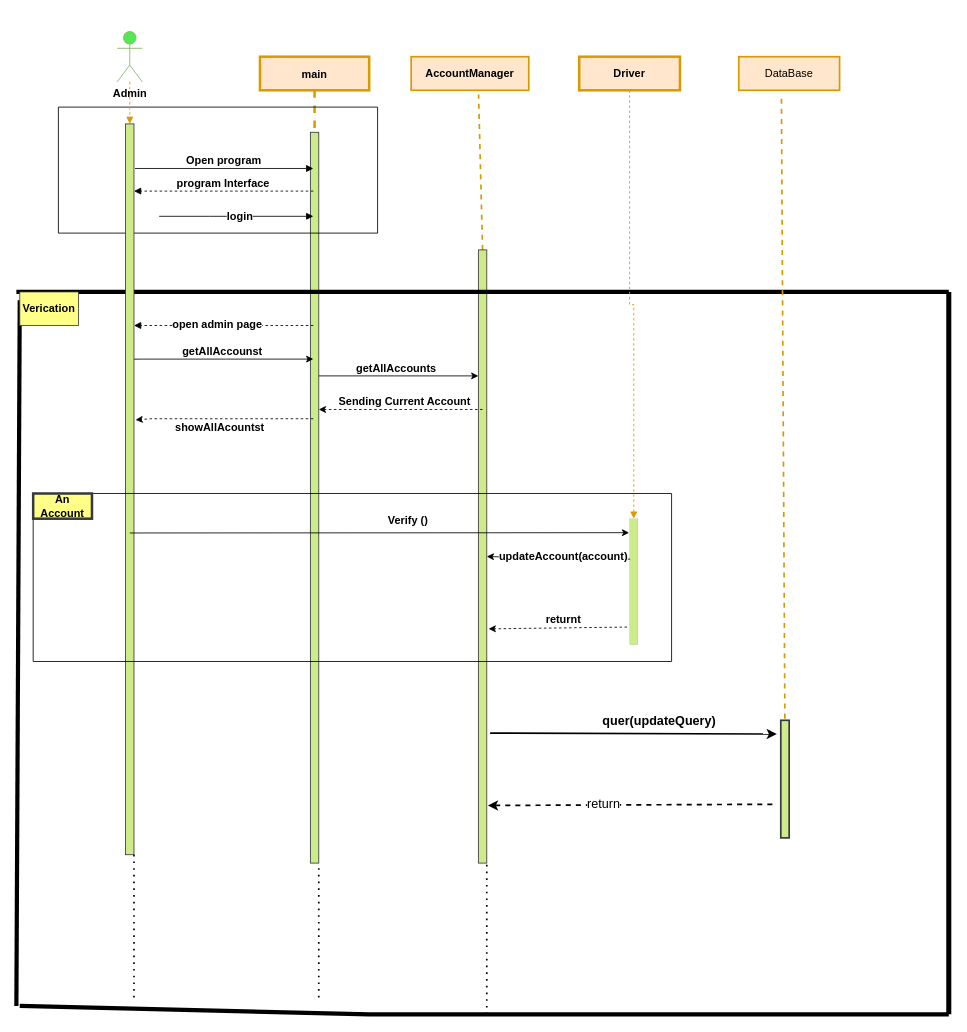
Earlier version of the draw.io diagram diagrams/verification.drawio (KareemMAX/CarApp). Source tidied: cells renumbered, new cells numbered last; positions are measured from the earlier drawing's top-left corner, leaving out a move shared by most shapes. Both pictures are drawn from the tidied source at 84%, with x=0, y=0 at pixel (16, 14).
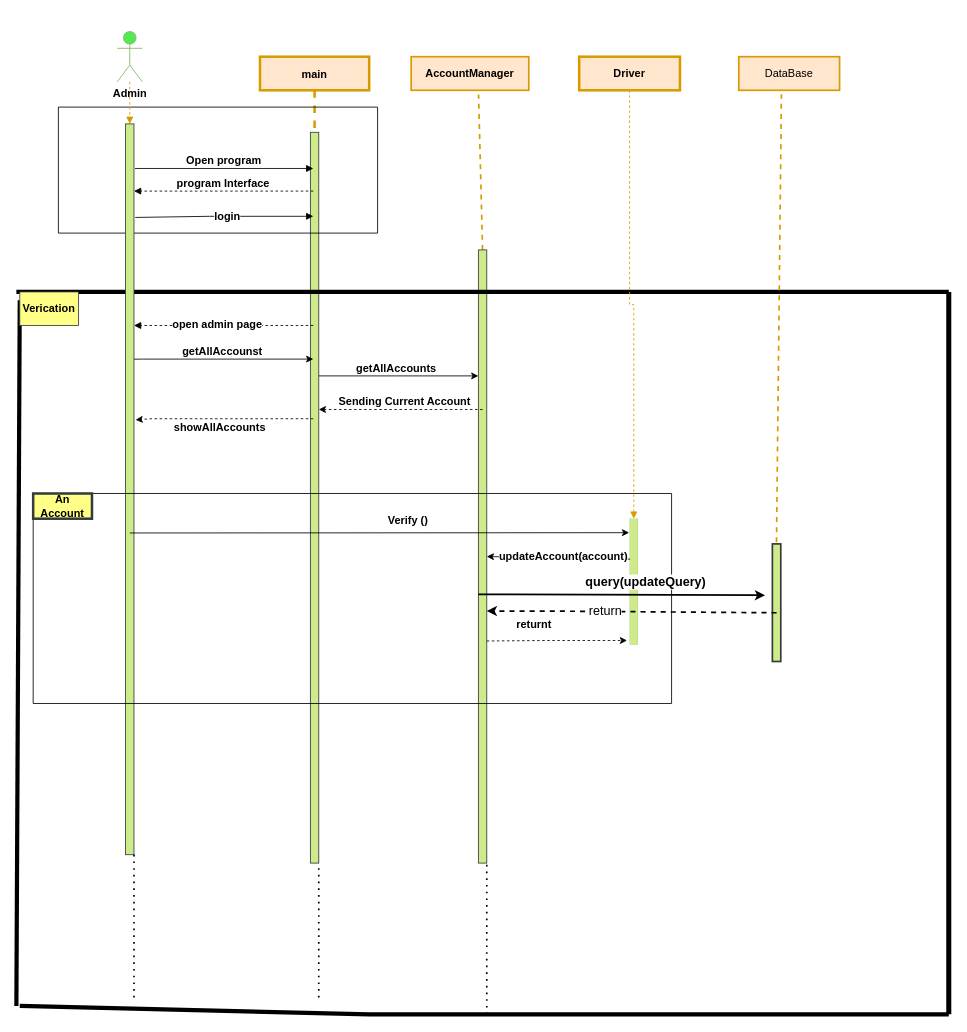
After the change.

Commit message (it also covers changes not shown here):
add sequence diagrams

Unchanged cells that the change refers to:
```xml
<mxCell id="3" value="main" style="shape=umlLifeline;perimeter=lifelinePerimeter;rounded=0;shadow=0;strokeWidth=3;fillColor=#ffe6cc;strokeColor=#d79b00;fontStyle=1;spacing=3;fontSize=13;" parent="1" vertex="1">
  <mxGeometry x="290" y="50" width="130" height="960" as="geometry" />
</mxCell>
<mxCell id="16" style="rounded=0;whiteSpace=wrap;html=1;strokeColor=#36393d;fillColor=#cdeb8b;fontSize=13;fontStyle=1;" parent="1" vertex="1">
  <mxGeometry x="550" y="280" width="10" height="730" as="geometry" />
</mxCell>
<mxCell id="29" style="endArrow=classic;html=1;rounded=0;dashed=1;entryX=1.19;entryY=0.405;entryDx=0;entryDy=0;entryPerimeter=0;fontSize=13;fontStyle=1;" parent="1" edge="1" source="3" target="31">
  <mxGeometry relative="1" as="geometry">
    <Array as="points">
      <mxPoint x="160" y="481" />
    </Array>
  </mxGeometry>
</mxCell>
<mxCell id="31" style="points=[];perimeter=orthogonalPerimeter;rounded=0;shadow=0;strokeWidth=1;fillColor=#cdeb8b;strokeColor=#36393d;fontSize=13;fontStyle=1;" parent="1" vertex="1">
  <mxGeometry x="130" y="130" width="10" height="870" as="geometry" />
</mxCell>
<mxCell id="43" style="whiteSpace=wrap;html=1;rounded=0;strokeColor=#36393d;strokeWidth=0;fillColor=#cdeb8b;fontSize=13;fontStyle=1;" parent="1" vertex="1">
  <mxGeometry x="730" y="600" width="10" height="150" as="geometry" />
</mxCell>
```

Change to the diagram source:
```diff
@@
-    <mxCell id="13" style="endArrow=block;html=1;rounded=0;endFill=1;fontSize=13;fontStyle=1;" parent="1" edge="1" target="3">
+    <mxCell id="13" style="endArrow=block;html=1;rounded=0;endFill=1;fontSize=13;fontStyle=1;exitX=1.153;exitY=0.128;exitDx=0;exitDy=0;exitPerimeter=0;" parent="1" edge="1" source="31" target="3">
       <mxGeometry relative="1" as="geometry">
-        <mxPoint x="170" y="240" as="sourcePoint" />
         <Array as="points">
           <mxPoint x="230" y="240" />
         </Array>
       </mxGeometry>
     </mxCell>
@@
-    <mxCell id="30" value="showAllAcountst" style="edgeLabel;html=1;align=center;verticalAlign=middle;fontSize=13;fontStyle=1;" parent="29" vertex="1">
+    <mxCell id="30" value="showAllAccounts" style="edgeLabel;html=1;align=center;verticalAlign=middle;fontSize=13;fontStyle=1;" parent="29" vertex="1">
       <mxGeometry x="0.07" y="1" relative="1" as="geometry">
         <mxPoint x="1" y="8" as="offset" />
       </mxGeometry>
     </mxCell>
@@
     <mxCell id="37" style="endArrow=none;html=1;rounded=0;fontSize=13;fontStyle=1;" parent="1" edge="1">
       <mxGeometry relative="1" as="geometry">
-        <mxPoint x="20" y="770" as="sourcePoint" />
+        <mxPoint x="20" y="820" as="sourcePoint" />
         <mxPoint x="20" y="570" as="targetPoint" />
       </mxGeometry>
     </mxCell>
     <mxCell id="38" style="endArrow=none;html=1;rounded=0;fontSize=13;fontStyle=1;" parent="1" edge="1">
       <mxGeometry relative="1" as="geometry">
-        <mxPoint x="780" y="770" as="sourcePoint" />
+        <mxPoint x="780" y="820" as="sourcePoint" />
         <mxPoint x="780" y="570" as="targetPoint" />
       </mxGeometry>
     </mxCell>
     <mxCell id="39" style="endArrow=none;html=1;rounded=0;fontSize=13;fontStyle=1;" parent="1" edge="1">
       <mxGeometry relative="1" as="geometry">
-        <mxPoint x="20" y="770" as="sourcePoint" />
-        <mxPoint x="780" y="770" as="targetPoint" />
+        <mxPoint x="20" y="820" as="sourcePoint" />
+        <mxPoint x="780" y="820" as="targetPoint" />
       </mxGeometry>
     </mxCell>
@@
-    <mxCell id="47" style="endArrow=classic;html=1;rounded=0;exitX=-0.3;exitY=0.86;exitDx=0;exitDy=0;exitPerimeter=0;entryX=1.218;entryY=0.618;entryDx=0;entryDy=0;entryPerimeter=0;dashed=1;fontSize=13;fontStyle=1;" parent="1" edge="1" source="43" target="16">
-      <mxGeometry relative="1" as="geometry" />
+    <mxCell id="47" style="endArrow=classic;html=1;rounded=0;dashed=1;fontSize=13;fontStyle=1;exitX=1.003;exitY=0.631;exitDx=0;exitDy=0;exitPerimeter=0;" parent="1" edge="1">
+      <mxGeometry relative="1" as="geometry">
+        <mxPoint x="560" y="745.6" as="sourcePoint" />
+        <mxPoint x="727" y="745" as="targetPoint" />
+        <Array as="points">
+          <mxPoint x="630" y="745" />
+        </Array>
+      </mxGeometry>
     </mxCell>
@@
     <mxCell id="54" style="rounded=0;whiteSpace=wrap;html=1;fontSize=13;strokeColor=#36393d;strokeWidth=2;fillColor=#cdeb8b;" parent="1" vertex="1">
-      <mxGeometry x="910" y="840" width="10" height="140" as="geometry" />
+      <mxGeometry x="900" y="630" width="10" height="140" as="geometry" />
     </mxCell>
-    <mxCell id="55" style="endArrow=classic;html=1;rounded=0;fontSize=13;strokeWidth=2;exitX=1.4;exitY=0.788;exitDx=0;exitDy=0;exitPerimeter=0;entryX=-0.467;entryY=0.117;entryDx=0;entryDy=0;entryPerimeter=0;" parent="1" edge="1" source="16" target="54">
-      <mxGeometry relative="1" as="geometry" />
+    <mxCell id="55" style="endArrow=classic;html=1;rounded=0;fontSize=13;strokeWidth=2;exitX=1.4;exitY=0.788;exitDx=0;exitDy=0;exitPerimeter=0;entryX=-0.467;entryY=0.117;entryDx=0;entryDy=0;entryPerimeter=0;" parent="1" edge="1">
+      <mxGeometry relative="1" as="geometry">
+        <mxPoint x="550" y="690" as="sourcePoint" />
+        <mxPoint x="891.3" y="691.1" as="targetPoint" />
+      </mxGeometry>
     </mxCell>
-    <mxCell id="56" value="&lt;b&gt;&lt;font style=&quot;font-size: 15px&quot;&gt;quer(updateQuery)&lt;/font&gt;&lt;/b&gt;" style="edgeLabel;html=1;align=center;verticalAlign=middle;fontSize=13;" parent="55" vertex="1">
+    <mxCell id="56" value="&lt;b&gt;&lt;font style=&quot;font-size: 15px&quot;&gt;query(updateQuery)&lt;/font&gt;&lt;/b&gt;" style="edgeLabel;html=1;align=center;verticalAlign=middle;fontSize=13;" parent="55" vertex="1">
       <mxGeometry x="0.18" y="-5" relative="1" as="geometry">
-        <mxPoint y="-21" as="offset" />
+        <mxPoint x="-2" y="-21" as="offset" />
       </mxGeometry>
     </mxCell>
-    <mxCell id="57" style="endArrow=classic;html=1;rounded=0;fontSize=15;strokeWidth=2;entryX=1.133;entryY=0.906;entryDx=0;entryDy=0;entryPerimeter=0;dashed=1;" parent="1" edge="1" target="16">
+    <mxCell id="57" style="endArrow=classic;html=1;rounded=0;fontSize=15;strokeWidth=2;dashed=1;" parent="1" edge="1">
       <mxGeometry relative="1" as="geometry">
-        <mxPoint x="900" y="940" as="sourcePoint" />
+        <mxPoint x="905" y="712" as="sourcePoint" />
+        <mxPoint x="560" y="710" as="targetPoint" />
+        <Array as="points">
+          <mxPoint x="640" y="710" />
+        </Array>
       </mxGeometry>
     </mxCell>
```
